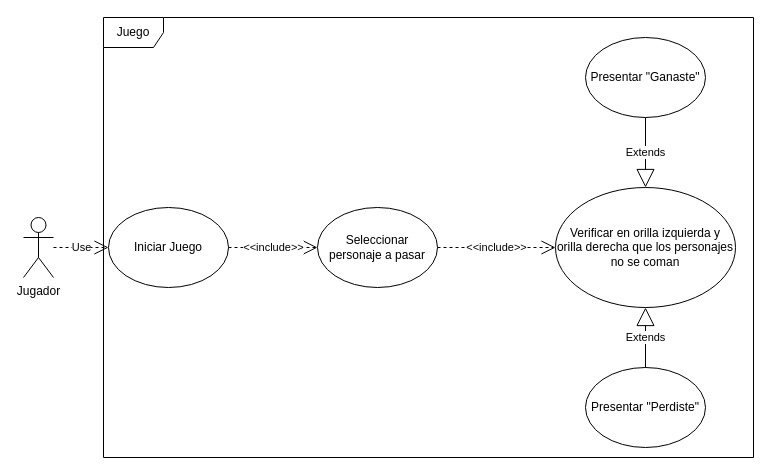
Before: 2.Design/Diagrama_Casos_De_Uso.drawio in ErikMLC/Workshop_XP_Lobito-Grupo2, a draw.io diagram. Source tidied: cells renumbered, new cells numbered last; positions are measured from the earlier drawing's top-left corner, leaving out a move shared by most shapes. Both pictures are drawn from the tidied source at 100%, with x=0, y=0 at pixel (23, 17).
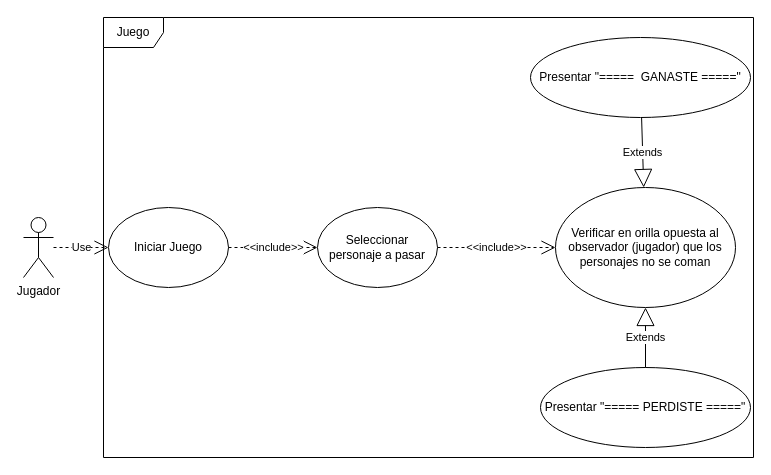
The same page after the edit.

Diff of the diagram source:
```diff
@@
 <mxGraphModel>
   <root>
     <mxCell id="0" />
     <mxCell id="1" parent="0" />
+    <mxCell id="13" value="Juego" style="shape=umlFrame;whiteSpace=wrap;html=1;" parent="1" vertex="1">
+      <mxGeometry x="80" width="650" height="440" as="geometry" />
+    </mxCell>
     <mxCell id="2" value="Jugador" style="shape=umlActor;verticalLabelPosition=bottom;verticalAlign=top;html=1;outlineConnect=0;" parent="1" vertex="1">
       <mxGeometry y="200" width="30" height="60" as="geometry" />
     </mxCell>
     <mxCell id="3" value="Iniciar Juego" style="ellipse;whiteSpace=wrap;html=1;" parent="1" vertex="1">
       <mxGeometry x="85" y="190" width="120" height="80" as="geometry" />
     </mxCell>
     <mxCell id="4" value="Seleccionar personaje a pasar" style="ellipse;whiteSpace=wrap;html=1;" parent="1" vertex="1">
       <mxGeometry x="294" y="190" width="120" height="80" as="geometry" />
     </mxCell>
-    <mxCell id="5" value="Verificar en orilla izquierda y orilla derecha que los personajes no se coman" style="ellipse;whiteSpace=wrap;html=1;" parent="1" vertex="1">
+    <mxCell id="5" value="Verificar en orilla opuesta al observador (jugador) que los personajes no se coman" style="ellipse;whiteSpace=wrap;html=1;" parent="1" vertex="1">
       <mxGeometry x="532" y="170" width="180" height="120" as="geometry" />
     </mxCell>
-    <mxCell id="6" value="Presentar &quot;Ganaste&quot;" style="ellipse;whiteSpace=wrap;html=1;" parent="1" vertex="1">
-      <mxGeometry x="562" y="20" width="120" height="80" as="geometry" />
+    <mxCell id="6" value="Presentar &quot;=====&amp;nbsp; GANASTE =====&quot;" style="ellipse;whiteSpace=wrap;html=1;" parent="1" vertex="1">
+      <mxGeometry x="507" y="20" width="220" height="80" as="geometry" />
     </mxCell>
-    <mxCell id="7" value="Presentar &quot;Perdiste&quot;" style="ellipse;whiteSpace=wrap;html=1;" parent="1" vertex="1">
-      <mxGeometry x="562" y="350" width="120" height="80" as="geometry" />
+    <mxCell id="7" value="Presentar &quot;===== PERDISTE =====&quot;" style="ellipse;whiteSpace=wrap;html=1;" parent="1" vertex="1">
+      <mxGeometry x="517" y="350" width="210" height="80" as="geometry" />
     </mxCell>
     <mxCell id="8" value="Use" style="endArrow=open;endSize=12;dashed=1;html=1;" parent="1" edge="1" source="2" target="3">
       <mxGeometry relative="1" as="geometry" />
     </mxCell>
     <mxCell id="9" value="&amp;lt;&amp;lt;include&amp;gt;&amp;gt;" style="endArrow=open;endSize=12;dashed=1;html=1;" parent="1" edge="1" source="3" target="4">
       <mxGeometry relative="1" as="geometry" />
     </mxCell>
     <mxCell id="10" value="&amp;lt;&amp;lt;include&amp;gt;&amp;gt;" style="endArrow=open;endSize=12;dashed=1;html=1;" parent="1" edge="1" source="4" target="5">
       <mxGeometry relative="1" as="geometry" />
     </mxCell>
     <mxCell id="11" value="Extends" style="endArrow=block;endSize=16;endFill=0;html=1;" parent="1" edge="1" source="6" target="5">
       <mxGeometry relative="1" as="geometry" />
     </mxCell>
     <mxCell id="12" value="Extends" style="endArrow=block;endSize=16;endFill=0;html=1;" parent="1" edge="1" source="7" target="5">
       <mxGeometry relative="1" as="geometry" />
     </mxCell>
-    <mxCell id="13" value="Juego" style="shape=umlFrame;whiteSpace=wrap;html=1;" parent="1" vertex="1">
-      <mxGeometry x="80" width="650" height="440" as="geometry" />
-    </mxCell>
   </root>
 </mxGraphModel>
```
